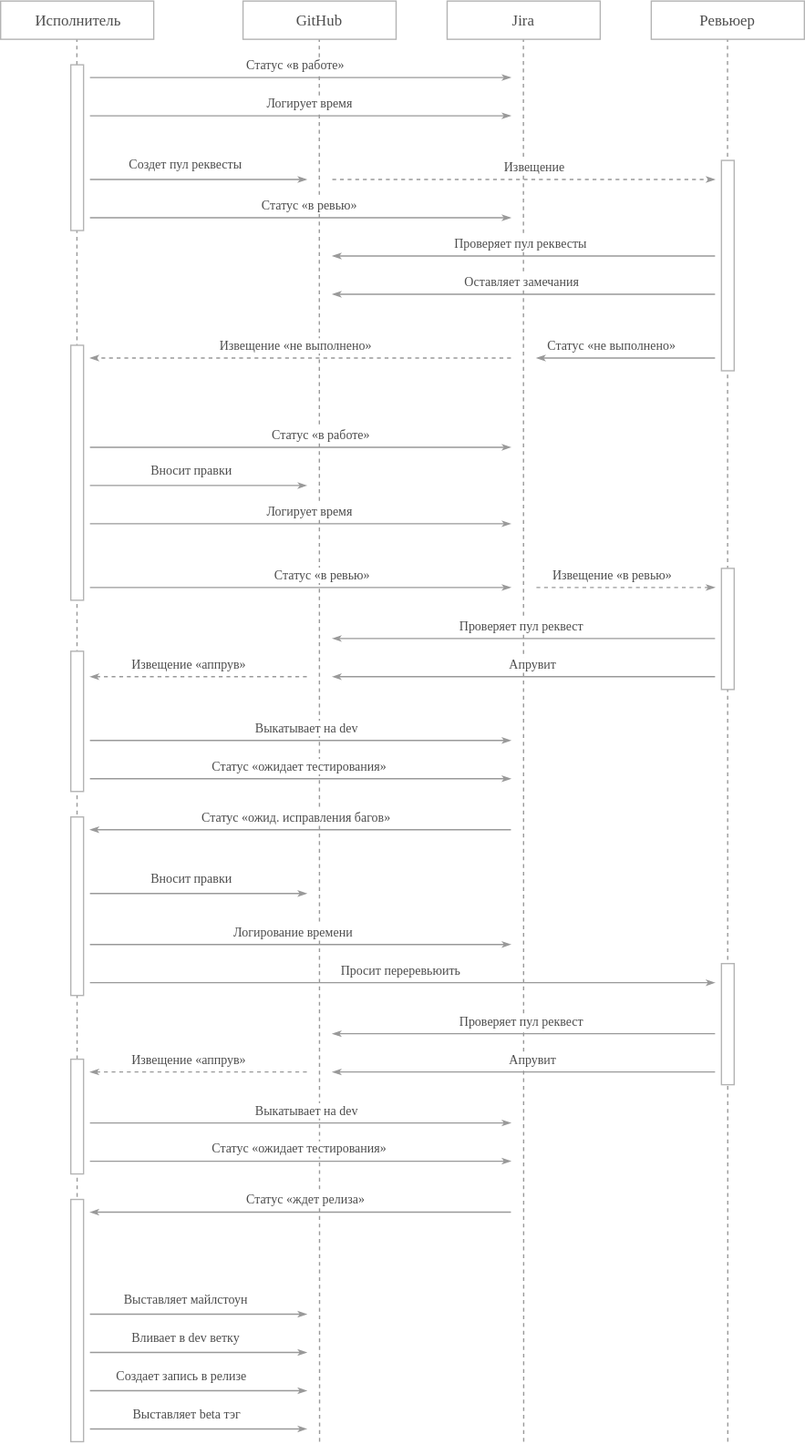
Above: workflow.svg in ajile/draw-io (draw.io), before the change. Source tidied: cells renumbered, new cells last; positions are measured from the earlier drawing's top-left corner, leaving out a move shared by most shapes.
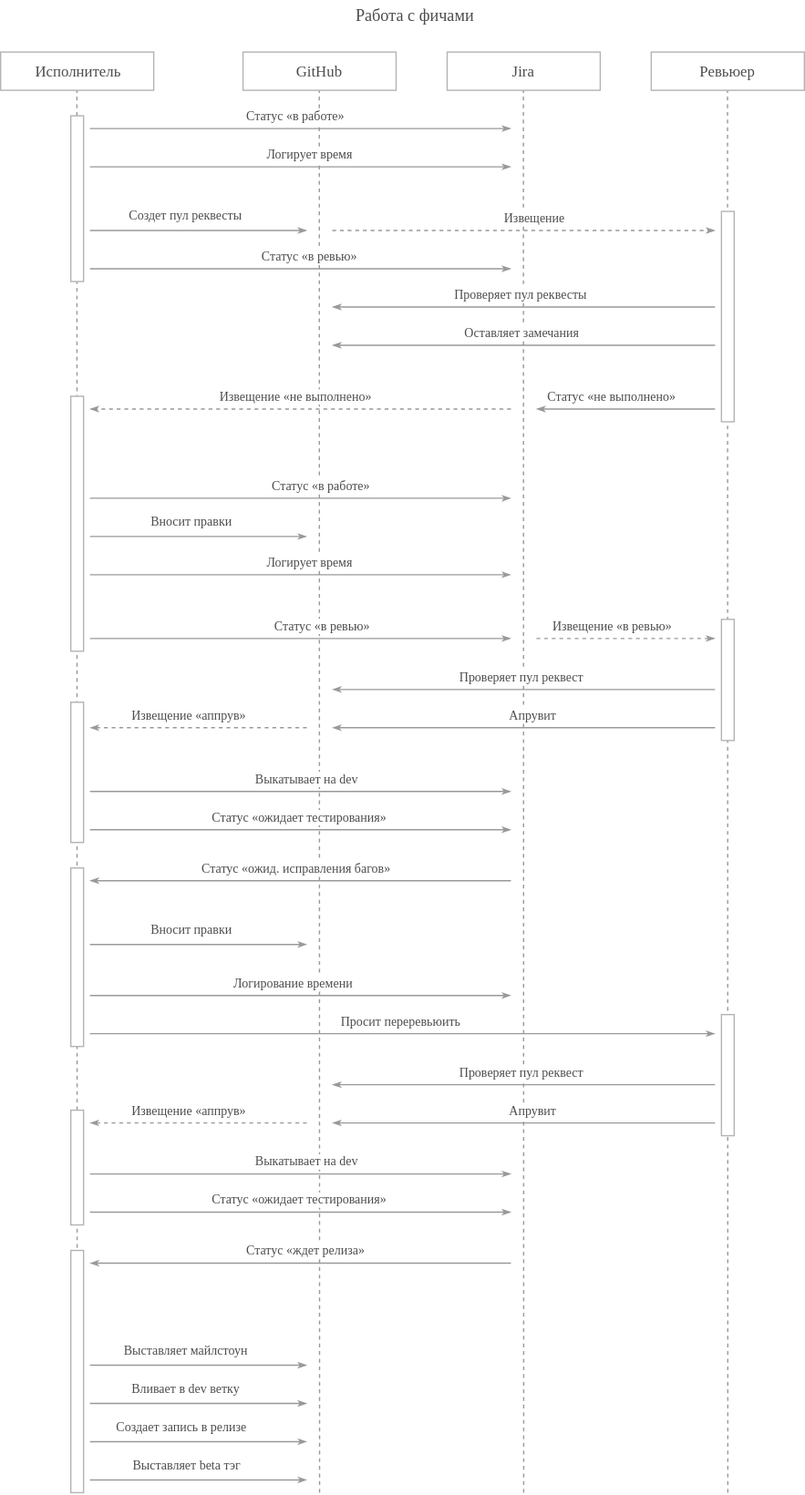
After the commit.

The edit, as a diff of the source:
```diff
@@ -424,5 +424,8 @@
     <mxCell id="84" style="rounded=0;whiteSpace=wrap;html=1;shadow=0;strokeColor=#B3B3B3;strokeWidth=1;fillColor=#FFFFFF;fontFamily=Verdana;fontSize=10;fontColor=#4D4D4D;align=center;" parent="1" vertex="1">
       <mxGeometry x="55" y="940" width="10" height="190" as="geometry" />
     </mxCell>
+    <mxCell id="85" value="Работа с фичами" style="text;html=1;strokeColor=none;fillColor=none;align=center;verticalAlign=middle;whiteSpace=wrap;rounded=0;shadow=0;fontFamily=Verdana;fontSize=13;fontColor=#4D4D4D;" parent="1" vertex="1">
+      <mxGeometry x="259" y="-40" width="130" height="20" as="geometry" />
+    </mxCell>
   </root>
 </mxGraphModel>
```
